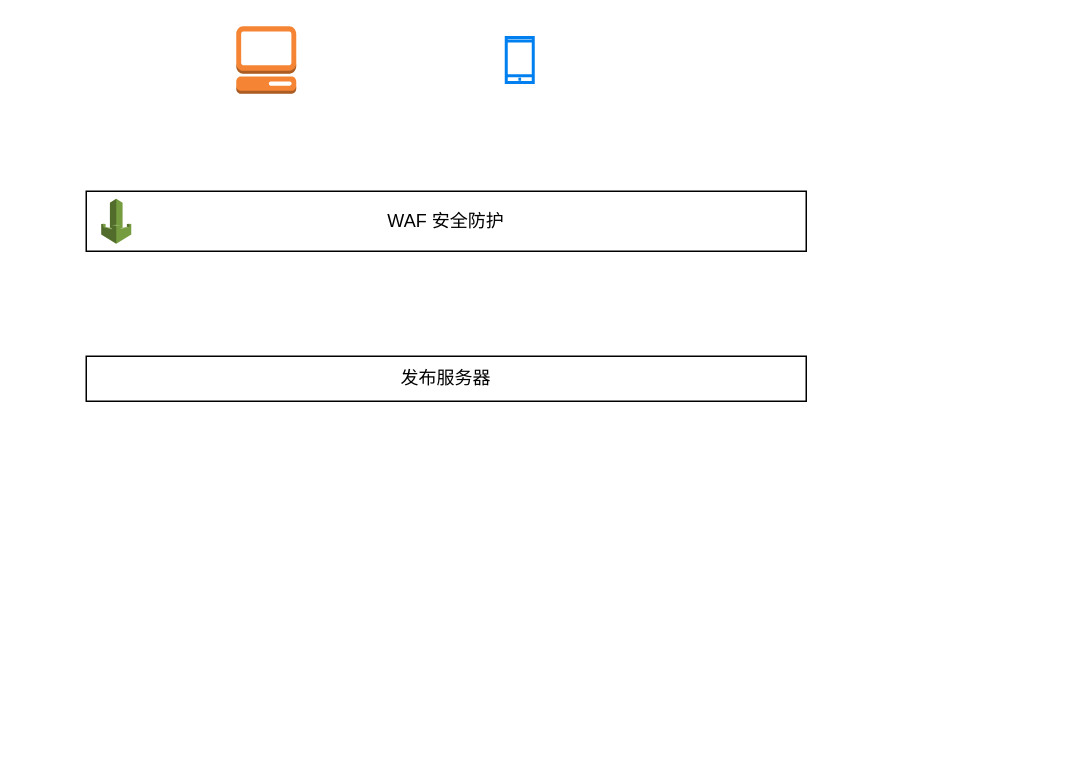
Earlier version of the draw.io diagram 地面站.drawio (liz2m/draw.images). Source tidied: cells renumbered, new cells numbered last; positions are measured from the earlier drawing's top-left corner, leaving out a move shared by most shapes. Both pictures are drawn from the tidied source at 150%, with x=0, y=0 at pixel (86, 26).
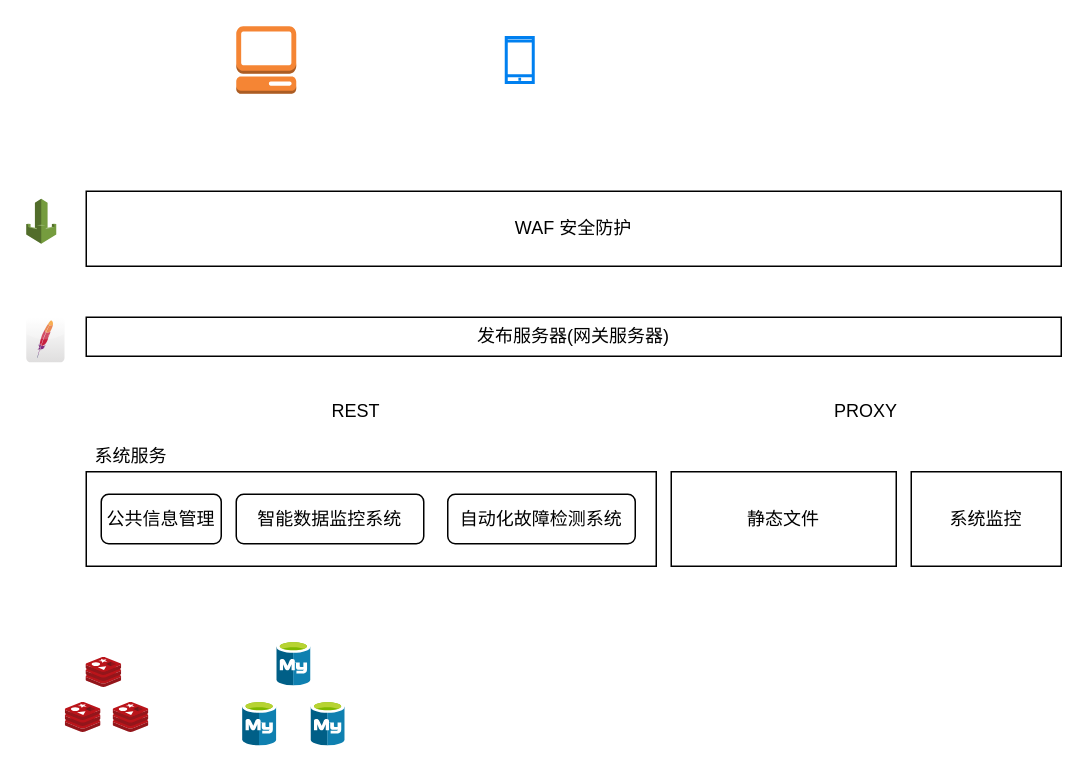
The same diagram, later.

Commit message (it also covers changes not shown here):
更新地面站.drawio

Diff of the diagram source:
```diff
@@
+    <mxCell id="7" style="rounded=0;whiteSpace=wrap;html=1;" parent="1" vertex="1">
+      <mxGeometry y="297" width="380" height="63" as="geometry" />
+    </mxCell>
@@
     <mxCell id="4" value="WAF 安全防护" style="rounded=0;whiteSpace=wrap;html=1;" parent="1" vertex="1">
-      <mxGeometry y="110" width="480" height="40" as="geometry" />
+      <mxGeometry y="110" width="650" height="50" as="geometry" />
     </mxCell>
     <mxCell id="5" style="dashed=0;verticalLabelPosition=bottom;verticalAlign=top;align=center;html=1;shape=mxgraph.aws3.waf;fillColor=#759C3E;gradientColor=none;" parent="1" vertex="1">
-      <mxGeometry x="10" y="115" width="20" height="30" as="geometry" />
+      <mxGeometry x="-40" y="115" width="20" height="30" as="geometry" />
     </mxCell>
-    <mxCell id="6" value="发布服务器" style="rounded=0;whiteSpace=wrap;html=1;" parent="1" vertex="1">
-      <mxGeometry y="220" width="480" height="30" as="geometry" />
+    <mxCell id="6" value="发布服务器(网关服务器)" style="rounded=0;whiteSpace=wrap;html=1;" parent="1" vertex="1">
+      <mxGeometry y="194" width="650" height="26" as="geometry" />
     </mxCell>
+    <mxCell id="8" style="dashed=0;html=1;align=center;labelPosition=center;verticalLabelPosition=bottom;verticalAlign=top;shape=mxgraph.webicons.apache;gradientColor=#DFDEDE;" parent="1" vertex="1">
+      <mxGeometry x="-40" y="194" width="25.5" height="30" as="geometry" />
+    </mxCell>
+    <mxCell id="9" value="公共信息管理" style="rounded=1;whiteSpace=wrap;html=1;" parent="1" vertex="1">
+      <mxGeometry x="10" y="312" width="80" height="33" as="geometry" />
+    </mxCell>
+    <mxCell id="10" value="智能数据监控系统" style="rounded=1;whiteSpace=wrap;html=1;" parent="1" vertex="1">
+      <mxGeometry x="100" y="312" width="125" height="33" as="geometry" />
+    </mxCell>
+    <mxCell id="11" value="系统服务" style="text;html=1;strokeColor=none;fillColor=none;align=center;verticalAlign=middle;whiteSpace=wrap;rounded=0;" parent="1" vertex="1">
+      <mxGeometry y="272" width="60" height="30" as="geometry" />
+    </mxCell>
+    <mxCell id="12" value="REST" style="text;html=1;strokeColor=none;fillColor=none;align=center;verticalAlign=middle;whiteSpace=wrap;rounded=0;" parent="1" vertex="1">
+      <mxGeometry x="150" y="242" width="60" height="30" as="geometry" />
+    </mxCell>
+    <mxCell id="13" value="自动化故障检测系统" style="rounded=1;whiteSpace=wrap;html=1;" parent="1" vertex="1">
+      <mxGeometry x="241" y="312" width="125" height="33" as="geometry" />
+    </mxCell>
+    <mxCell id="14" value="静态文件" style="rounded=0;whiteSpace=wrap;html=1;" parent="1" vertex="1">
+      <mxGeometry x="390" y="297" width="150" height="63" as="geometry" />
+    </mxCell>
+    <mxCell id="15" value="系统监控" style="rounded=0;whiteSpace=wrap;html=1;" parent="1" vertex="1">
+      <mxGeometry x="550" y="297" width="100" height="63" as="geometry" />
+    </mxCell>
+    <mxCell id="16" value="PROXY" style="text;html=1;strokeColor=none;fillColor=none;align=center;verticalAlign=middle;whiteSpace=wrap;rounded=0;" parent="1" vertex="1">
+      <mxGeometry x="490" y="242" width="60" height="30" as="geometry" />
+    </mxCell>
+    <mxCell id="17" style="sketch=0;html=1;align=center;image;fontSize=12;image=img/lib/mscae/Cache_Redis_Product.svg;" parent="1" vertex="1">
+      <mxGeometry y="421" width="23.8" height="20" as="geometry" />
+    </mxCell>
+    <mxCell id="18" style="sketch=0;html=1;align=center;image;fontSize=12;image=img/lib/mscae/Azure_Database_for_MySQL_servers.svg;" parent="1" vertex="1">
+      <mxGeometry x="127.2" y="410" width="22.8" height="30" as="geometry" />
+    </mxCell>
+    <mxCell id="19" style="sketch=0;html=1;align=center;image;fontSize=12;image=img/lib/mscae/Azure_Database_for_MySQL_servers.svg;" parent="1" vertex="1">
+      <mxGeometry x="104.4" y="450" width="22.8" height="30" as="geometry" />
+    </mxCell>
+    <mxCell id="20" style="sketch=0;html=1;align=center;image;fontSize=12;image=img/lib/mscae/Azure_Database_for_MySQL_servers.svg;" parent="1" vertex="1">
+      <mxGeometry x="150" y="450" width="22.8" height="30" as="geometry" />
+    </mxCell>
+    <mxCell id="21" style="sketch=0;html=1;align=center;image;fontSize=12;image=img/lib/mscae/Cache_Redis_Product.svg;" parent="1" vertex="1">
+      <mxGeometry x="-13.8" y="451" width="23.8" height="20" as="geometry" />
+    </mxCell>
+    <mxCell id="22" style="sketch=0;html=1;align=center;image;fontSize=12;image=img/lib/mscae/Cache_Redis_Product.svg;" parent="1" vertex="1">
+      <mxGeometry x="18.1" y="451" width="23.8" height="20" as="geometry" />
+    </mxCell>
```
